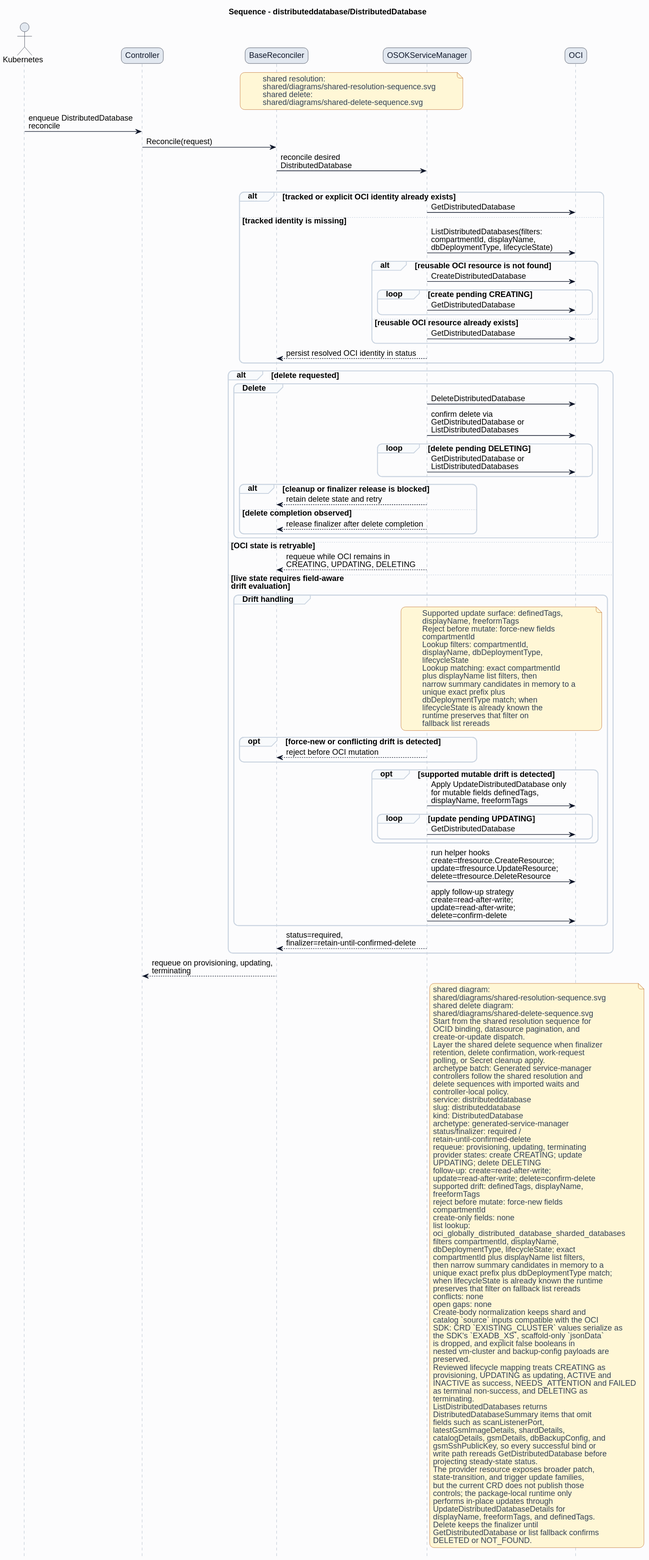
Before: formal/controllers/distributeddatabase/distributeddatabase/diagrams/sequence.svg, a diagram exported from PlantUML (HaoyL666/oci-service-operator). The source it was exported from:
```plantuml
@startuml
skinparam shadowing false
skinparam backgroundColor #fcfcfd
skinparam defaultFontName Helvetica
skinparam defaultFontSize 14
skinparam arrowColor #0f172a
skinparam noteBackgroundColor #fff7d6
skinparam noteBorderColor #b45309
skinparam noteFontColor #334155
skinparam roundcorner 16
title Sequence - distributeddatabase/DistributedDatabase
hide footbox
skinparam sequence {
  actorBorderColor #0f172a
  actorBackgroundColor #e2e8f0
  participantBorderColor #0f172a
  participantBackgroundColor #e2e8f0
  participantFontColor #0f172a
  lifeLineBorderColor #94a3b8
  groupBorderColor #cbd5e1
  groupBackgroundColor #f8fafc
}
actor Kubernetes
participant Controller
participant BaseReconciler
participant "OSOKServiceManager" as ServiceManager
participant OCI
note over BaseReconciler,ServiceManager
shared resolution:
shared/diagrams/shared-resolution-sequence.svg
shared delete:
shared/diagrams/shared-delete-sequence.svg
end note
Kubernetes -> Controller: enqueue DistributedDatabase\nreconcile
Controller -> BaseReconciler: Reconcile(request)
BaseReconciler -> ServiceManager: reconcile desired\nDistributedDatabase
group Lookup and bind
alt tracked or explicit OCI identity already exists
ServiceManager -> OCI: GetDistributedDatabase
else tracked identity is missing
ServiceManager -> OCI: ListDistributedDatabases(filters:\ncompartmentId, displayName,\ndbDeploymentType, lifecycleState)
alt reusable OCI resource is not found
ServiceManager -> OCI: CreateDistributedDatabase
loop create pending CREATING
ServiceManager -> OCI: GetDistributedDatabase
end
else reusable OCI resource already exists
ServiceManager -> OCI: GetDistributedDatabase
end
ServiceManager --> BaseReconciler: persist resolved OCI identity in status
end
alt delete requested
group Delete
ServiceManager -> OCI: DeleteDistributedDatabase
ServiceManager -> OCI: confirm delete via\nGetDistributedDatabase or\nListDistributedDatabases
loop delete pending DELETING
ServiceManager -> OCI: GetDistributedDatabase or\nListDistributedDatabases
end
alt cleanup or finalizer release is blocked
ServiceManager --> BaseReconciler: retain delete state and retry
else delete completion observed
ServiceManager --> BaseReconciler: release finalizer after delete completion
end
end
else OCI state is retryable
ServiceManager --> BaseReconciler: requeue while OCI remains in\nCREATING, UPDATING, DELETING
else live state requires field-aware\ndrift evaluation
group Drift handling
note over ServiceManager,OCI
Supported update surface: definedTags,
displayName, freeformTags
Reject before mutate: force-new fields
compartmentId
Lookup filters: compartmentId,
displayName, dbDeploymentType,
lifecycleState
Lookup matching: exact compartmentId
plus displayName list filters, then
narrow summary candidates in memory to a
unique exact prefix plus
dbDeploymentType match; when
lifecycleState is already known the
runtime preserves that filter on
fallback list rereads
end note
opt force-new or conflicting drift is detected
ServiceManager --> BaseReconciler: reject before OCI mutation
end
opt supported mutable drift is detected
ServiceManager -> OCI: Apply UpdateDistributedDatabase only\nfor mutable fields definedTags,\ndisplayName, freeformTags
loop update pending UPDATING
ServiceManager -> OCI: GetDistributedDatabase
end
end
ServiceManager -> OCI: run helper hooks\ncreate=tfresource.CreateResource;\nupdate=tfresource.UpdateResource;\ndelete=tfresource.DeleteResource
ServiceManager -> OCI: apply follow-up strategy\ncreate=read-after-write;\nupdate=read-after-write;\ndelete=confirm-delete
end
ServiceManager --> BaseReconciler: status=required,\nfinalizer=retain-until-confirmed-delete
end
BaseReconciler --> Controller: requeue on provisioning, updating,\nterminating
note right of ServiceManager
shared diagram:
shared/diagrams/shared-resolution-sequence.svg
shared delete diagram:
shared/diagrams/shared-delete-sequence.svg
Start from the shared resolution sequence for
OCID binding, datasource pagination, and
create-or-update dispatch.
Layer the shared delete sequence when finalizer
retention, delete confirmation, work-request
polling, or Secret cleanup apply.
archetype batch: Generated service-manager
controllers follow the shared resolution and
delete sequences with imported waits and
controller-local policy.
service: distributeddatabase
slug: distributeddatabase
kind: DistributedDatabase
archetype: generated-service-manager
status/finalizer: required /
retain-until-confirmed-delete
requeue: provisioning, updating, terminating
provider states: create CREATING; update
UPDATING; delete DELETING
follow-up: create=read-after-write;
update=read-after-write; delete=confirm-delete
supported drift: definedTags, displayName,
freeformTags
reject before mutate: force-new fields
compartmentId
create-only fields: none
list lookup:
oci_globally_distributed_database_sharded_databases
filters compartmentId, displayName,
dbDeploymentType, lifecycleState; exact
compartmentId plus displayName list filters,
then narrow summary candidates in memory to a
unique exact prefix plus dbDeploymentType match;
when lifecycleState is already known the runtime
preserves that filter on fallback list rereads
conflicts: none
open gaps: none
Create-body normalization keeps shard and
catalog `source` inputs compatible with the OCI
SDK: CRD `EXISTING_CLUSTER` values serialize as
the SDK's `EXADB_XS`, scaffold-only `jsonData`
is dropped, and explicit false booleans in
nested vm-cluster and backup-config payloads are
preserved.
Reviewed lifecycle mapping treats CREATING as
provisioning, UPDATING as updating, ACTIVE and
INACTIVE as success, NEEDS_ATTENTION and FAILED
as terminal non-success, and DELETING as
terminating.
ListDistributedDatabases returns
DistributedDatabaseSummary items that omit
fields such as scanListenerPort,
latestGsmImageDetails, shardDetails,
catalogDetails, gsmDetails, dbBackupConfig, and
gsmSshPublicKey, so every successful bind or
write path rereads GetDistributedDatabase before
projecting steady-state status.
The provider resource exposes broader patch,
state-transition, and trigger update families,
but the current CRD does not publish those
controls; the package-local runtime only
performs in-place updates through
UpdateDistributedDatabaseDetails for
displayName, freeformTags, and definedTags.
Delete keeps the finalizer until
GetDistributedDatabase or list fallback confirms
DELETED or NOT_FOUND.
end note
@enduml
```
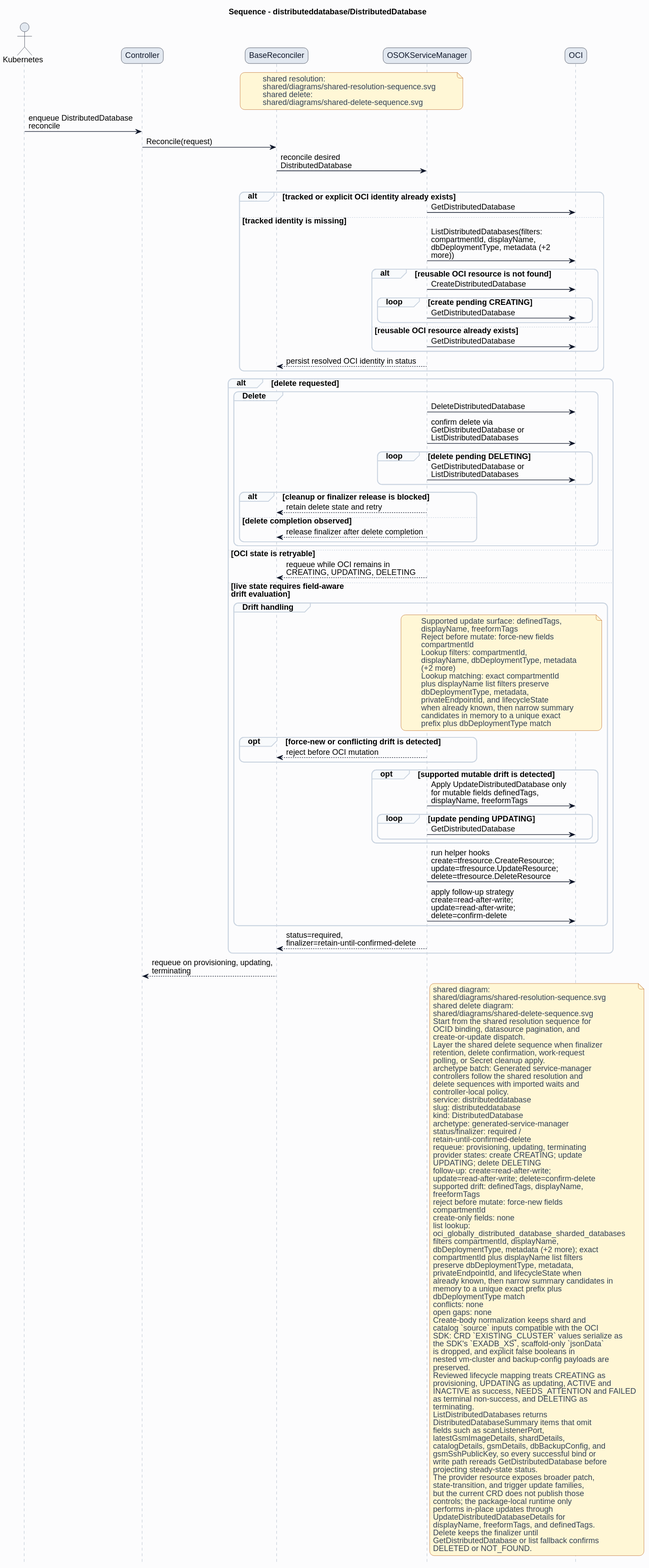
The same diagram one commit later.

What changed in the source:
```diff
@@ -38,7 +38,7 @@
 alt tracked or explicit OCI identity already exists
 ServiceManager -> OCI: GetDistributedDatabase
 else tracked identity is missing
-ServiceManager -> OCI: ListDistributedDatabases(filters:\ncompartmentId, displayName,\ndbDeploymentType, lifecycleState)
+ServiceManager -> OCI: ListDistributedDatabases(filters:\ncompartmentId, displayName,\ndbDeploymentType, metadata (+2\nmore))
 alt reusable OCI resource is not found
 ServiceManager -> OCI: CreateDistributedDatabase
 loop create pending CREATING
@@ -72,16 +72,15 @@
 Reject before mutate: force-new fields
 compartmentId
 Lookup filters: compartmentId,
-displayName, dbDeploymentType,
-lifecycleState
+displayName, dbDeploymentType, metadata
+(+2 more)
 Lookup matching: exact compartmentId
-plus displayName list filters, then
-narrow summary candidates in memory to a
-unique exact prefix plus
-dbDeploymentType match; when
-lifecycleState is already known the
-runtime preserves that filter on
-fallback list rereads
+plus displayName list filters preserve
+dbDeploymentType, metadata,
+privateEndpointId, and lifecycleState
+when already known, then narrow summary
+candidates in memory to a unique exact
+prefix plus dbDeploymentType match
 end note
 opt force-new or conflicting drift is detected
 ServiceManager --> BaseReconciler: reject before OCI mutation
@@ -132,12 +131,13 @@
 list lookup:
 oci_globally_distributed_database_sharded_databases
 filters compartmentId, displayName,
-dbDeploymentType, lifecycleState; exact
-compartmentId plus displayName list filters,
-then narrow summary candidates in memory to a
-unique exact prefix plus dbDeploymentType match;
-when lifecycleState is already known the runtime
-preserves that filter on fallback list rereads
+dbDeploymentType, metadata (+2 more); exact
+compartmentId plus displayName list filters
+preserve dbDeploymentType, metadata,
+privateEndpointId, and lifecycleState when
+already known, then narrow summary candidates in
+memory to a unique exact prefix plus
+dbDeploymentType match
 conflicts: none
 open gaps: none
 Create-body normalization keeps shard and
```
